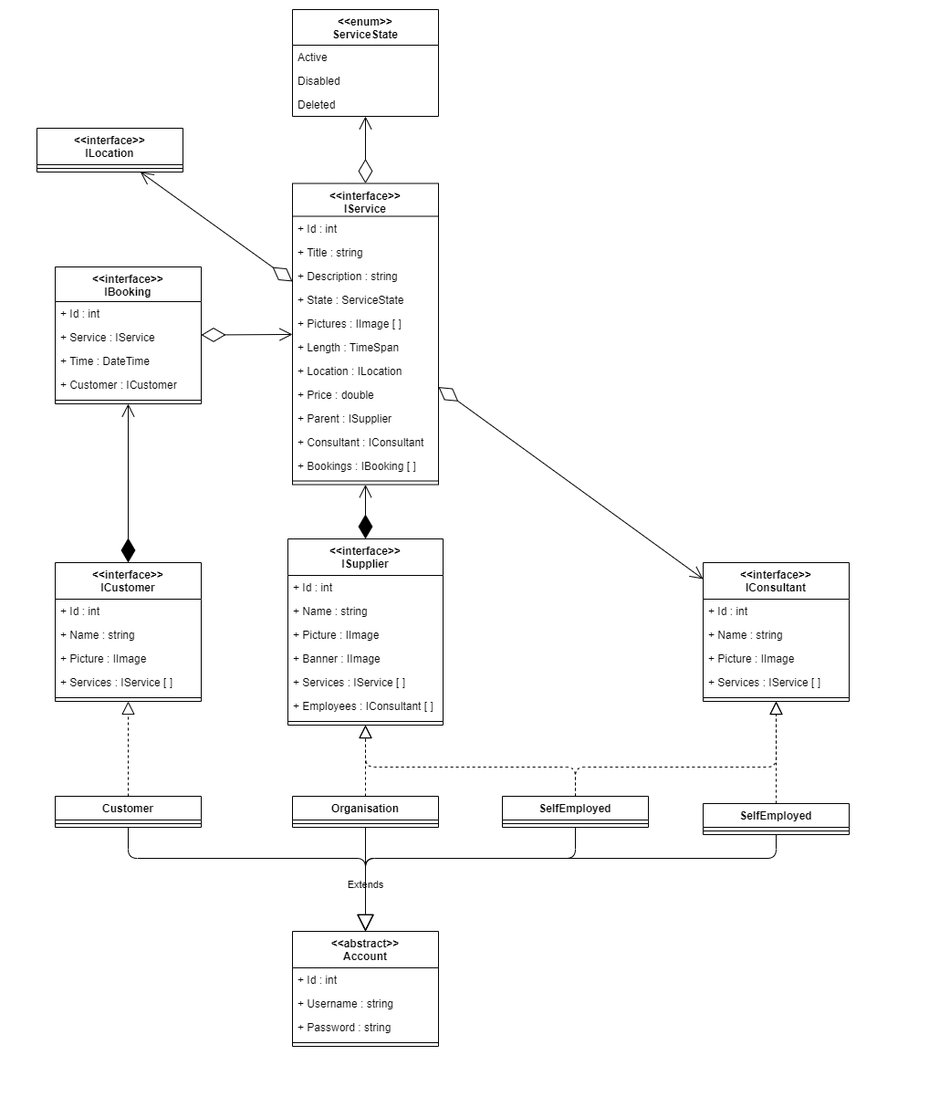
Before: diagrams/booking.drawio.png, a diagram exported from draw.io (Humteria/booking-hive). Source tidied: cells renumbered, new cells last; positions are measured from the earlier drawing's top-left corner, leaving out a move shared by most shapes.
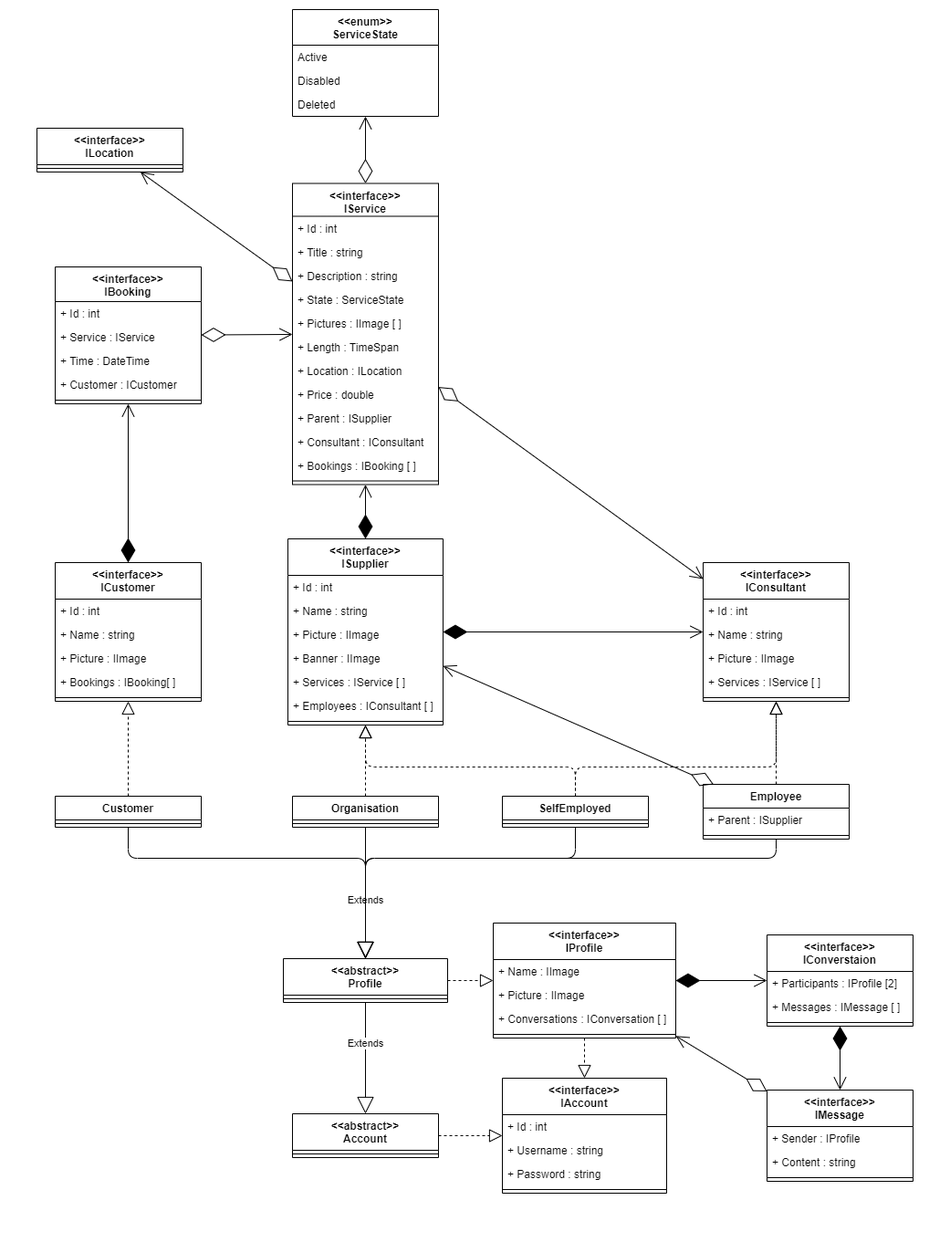
Later version of the same file.

Diff of the diagram source:
```diff
@@ -3,22 +3,13 @@
     <mxCell id="0" />
     <mxCell id="1" parent="0" />
     <mxCell id="2" style="rounded=0;whiteSpace=wrap;html=1;strokeColor=none;" parent="1" vertex="1">
-      <mxGeometry width="1040" height="1200" as="geometry" />
+      <mxGeometry width="1040" height="1360" as="geometry" />
     </mxCell>
-    <mxCell id="3" value="&lt;&lt;abstract&gt;&gt;&#10;Account" style="swimlane;fontStyle=1;align=center;verticalAlign=top;horizontal=1;startSize=40;" parent="1" vertex="1">
-      <mxGeometry x="320" y="1020" width="160" height="126" as="geometry" />
+    <mxCell id="3" value="&lt;&lt;abstract&gt;&gt;&#10;Profile" style="swimlane;fontStyle=1;align=center;verticalAlign=top;horizontal=1;startSize=40;" parent="1" vertex="1">
+      <mxGeometry x="310" y="1050" width="180" height="48" as="geometry" />
     </mxCell>
-    <mxCell id="4" value="+ Id : int" style="text;strokeColor=none;fillColor=none;align=left;verticalAlign=top;spacingLeft=4;spacingRight=4;overflow=hidden;" parent="3" vertex="1">
-      <mxGeometry y="40" width="160" height="26" as="geometry" />
-    </mxCell>
-    <mxCell id="5" value="+ Username : string" style="text;strokeColor=none;fillColor=none;align=left;verticalAlign=top;spacingLeft=4;spacingRight=4;overflow=hidden;" parent="3" vertex="1">
-      <mxGeometry y="66" width="160" height="26" as="geometry" />
-    </mxCell>
-    <mxCell id="6" value="+ Password : string" style="text;strokeColor=none;fillColor=none;align=left;verticalAlign=top;spacingLeft=4;spacingRight=4;overflow=hidden;" parent="3" vertex="1">
-      <mxGeometry y="92" width="160" height="26" as="geometry" />
-    </mxCell>
     <mxCell id="7" style="line;strokeWidth=1;fillColor=none;align=left;verticalAlign=middle;spacingTop=-1;spacingLeft=3;spacingRight=3;labelPosition=right;strokeColor=inherit;" parent="3" vertex="1">
-      <mxGeometry y="118" width="160" height="8" as="geometry" />
+      <mxGeometry y="40" width="180" height="8" as="geometry" />
     </mxCell>
     <mxCell id="8" value="&lt;&lt;interface&gt;&gt;&#10;IService" style="swimlane;fontStyle=1;align=center;verticalAlign=top;horizontal=1;startSize=36;" parent="1" vertex="1">
       <mxGeometry x="320" y="200.5" width="160" height="330" as="geometry" />
@@ -143,7 +134,7 @@
     <mxCell id="48" value="+ Picture : IImage" style="text;strokeColor=none;fillColor=none;align=left;verticalAlign=top;spacingLeft=4;spacingRight=4;overflow=hidden;" parent="45" vertex="1">
       <mxGeometry y="92" width="160" height="26" as="geometry" />
     </mxCell>
-    <mxCell id="49" value="+ Services : IService [ ]" style="text;strokeColor=none;fillColor=none;align=left;verticalAlign=top;spacingLeft=4;spacingRight=4;overflow=hidden;" parent="45" vertex="1">
+    <mxCell id="49" value="+ Bookings : IBooking[ ]" style="text;strokeColor=none;fillColor=none;align=left;verticalAlign=top;spacingLeft=4;spacingRight=4;overflow=hidden;" parent="45" vertex="1">
       <mxGeometry y="118" width="160" height="26" as="geometry" />
     </mxCell>
     <mxCell id="50" style="line;strokeWidth=1;fillColor=none;align=left;verticalAlign=middle;spacingTop=-1;spacingLeft=3;spacingRight=3;labelPosition=right;strokeColor=inherit;" parent="45" vertex="1">
@@ -231,11 +222,14 @@
     <mxCell id="69" style="line;strokeWidth=1;fillColor=none;align=left;verticalAlign=middle;spacingTop=-1;spacingLeft=3;spacingRight=3;labelPosition=right;strokeColor=inherit;" parent="68" vertex="1">
       <mxGeometry y="26" width="160" height="8" as="geometry" />
     </mxCell>
-    <mxCell id="70" value="SelfEmployed" style="swimlane;fontStyle=1;align=center;verticalAlign=top;horizontal=1;startSize=26;" parent="1" vertex="1">
-      <mxGeometry x="770" y="880" width="160" height="34" as="geometry" />
+    <mxCell id="70" value="Employee" style="swimlane;fontStyle=1;align=center;verticalAlign=top;horizontal=1;startSize=26;" parent="1" vertex="1">
+      <mxGeometry x="770" y="859" width="160" height="60" as="geometry" />
     </mxCell>
+    <mxCell id="76" value="+ Parent : ISupplier" style="text;strokeColor=none;fillColor=none;align=left;verticalAlign=top;spacingLeft=4;spacingRight=4;overflow=hidden;" parent="70" vertex="1">
+      <mxGeometry y="26" width="160" height="26" as="geometry" />
+    </mxCell>
     <mxCell id="71" style="line;strokeWidth=1;fillColor=none;align=left;verticalAlign=middle;spacingTop=-1;spacingLeft=3;spacingRight=3;labelPosition=right;strokeColor=inherit;" parent="70" vertex="1">
-      <mxGeometry y="26" width="160" height="8" as="geometry" />
+      <mxGeometry y="52" width="160" height="8" as="geometry" />
     </mxCell>
     <mxCell id="72" value="Organisation" style="swimlane;fontStyle=1;align=center;verticalAlign=top;horizontal=1;startSize=26;" parent="1" vertex="1">
       <mxGeometry x="320" y="872" width="160" height="34" as="geometry" />
@@ -249,5 +243,92 @@
     <mxCell id="75" style="line;strokeWidth=1;fillColor=none;align=left;verticalAlign=middle;spacingTop=-1;spacingLeft=3;spacingRight=3;labelPosition=right;strokeColor=inherit;" parent="74" vertex="1">
       <mxGeometry y="26" width="160" height="8" as="geometry" />
     </mxCell>
+    <mxCell id="77" value="&lt;&lt;abstract&gt;&gt;&#10;Account" style="swimlane;fontStyle=1;align=center;verticalAlign=top;horizontal=1;startSize=40;" parent="1" vertex="1">
+      <mxGeometry x="320" y="1220" width="160" height="48" as="geometry" />
+    </mxCell>
+    <mxCell id="78" style="line;strokeWidth=1;fillColor=none;align=left;verticalAlign=middle;spacingTop=-1;spacingLeft=3;spacingRight=3;labelPosition=right;strokeColor=inherit;" parent="77" vertex="1">
+      <mxGeometry y="40" width="160" height="8" as="geometry" />
+    </mxCell>
+    <mxCell id="79" value="Extends" style="endArrow=block;endSize=16;endFill=0;html=1;" parent="1" edge="1" source="3" target="77">
+      <mxGeometry x="-0.25" relative="1" as="geometry" />
+    </mxCell>
+    <mxCell id="80" style="endArrow=diamondThin;endFill=1;endSize=24;html=1;startArrow=open;startFill=0;startSize=12;" parent="1" edge="1" source="52" target="21">
+      <mxGeometry relative="1" as="geometry" />
+    </mxCell>
+    <mxCell id="81" style="endArrow=diamondThin;endFill=0;endSize=24;html=1;startArrow=open;startFill=0;startSize=12;" parent="1" edge="1" source="21" target="70">
+      <mxGeometry relative="1" as="geometry" />
+    </mxCell>
+    <mxCell id="82" value="&lt;&lt;interface&gt;&gt;&#10;IConverstaion" style="swimlane;fontStyle=1;align=center;verticalAlign=top;horizontal=1;startSize=40;" parent="1" vertex="1">
+      <mxGeometry x="840" y="1024" width="160" height="100" as="geometry" />
+    </mxCell>
+    <mxCell id="83" value="+ Participants : IProfile [2]" style="text;strokeColor=none;fillColor=none;align=left;verticalAlign=top;spacingLeft=4;spacingRight=4;overflow=hidden;" parent="82" vertex="1">
+      <mxGeometry y="40" width="160" height="26" as="geometry" />
+    </mxCell>
+    <mxCell id="84" value="+ Messages : IMessage [ ]" style="text;strokeColor=none;fillColor=none;align=left;verticalAlign=top;spacingLeft=4;spacingRight=4;overflow=hidden;" parent="82" vertex="1">
+      <mxGeometry y="66" width="160" height="26" as="geometry" />
+    </mxCell>
+    <mxCell id="85" style="line;strokeWidth=1;fillColor=none;align=left;verticalAlign=middle;spacingTop=-1;spacingLeft=3;spacingRight=3;labelPosition=right;strokeColor=inherit;" parent="82" vertex="1">
+      <mxGeometry y="92" width="160" height="8" as="geometry" />
+    </mxCell>
+    <mxCell id="86" style="endArrow=diamondThin;endFill=1;endSize=24;html=1;startArrow=open;startFill=0;startSize=12;" parent="1" edge="1" source="82" target="87">
+      <mxGeometry relative="1" as="geometry" />
+    </mxCell>
+    <mxCell id="87" value="&lt;&lt;interface&gt;&gt;&#10;IProfile" style="swimlane;fontStyle=1;align=center;verticalAlign=top;horizontal=1;startSize=40;" parent="1" vertex="1">
+      <mxGeometry x="540" y="1011" width="200" height="126" as="geometry" />
+    </mxCell>
+    <mxCell id="88" value="+ Name : IImage" style="text;strokeColor=none;fillColor=none;align=left;verticalAlign=top;spacingLeft=4;spacingRight=4;overflow=hidden;" parent="87" vertex="1">
+      <mxGeometry y="40" width="200" height="26" as="geometry" />
+    </mxCell>
+    <mxCell id="89" value="+ Picture : IImage" style="text;strokeColor=none;fillColor=none;align=left;verticalAlign=top;spacingLeft=4;spacingRight=4;overflow=hidden;" parent="87" vertex="1">
+      <mxGeometry y="66" width="200" height="26" as="geometry" />
+    </mxCell>
+    <mxCell id="90" value="+ Conversations : IConversation [ ]" style="text;strokeColor=none;fillColor=none;align=left;verticalAlign=top;spacingLeft=4;spacingRight=4;overflow=hidden;" parent="87" vertex="1">
+      <mxGeometry y="92" width="200" height="26" as="geometry" />
+    </mxCell>
+    <mxCell id="91" style="line;strokeWidth=1;fillColor=none;align=left;verticalAlign=middle;spacingTop=-1;spacingLeft=3;spacingRight=3;labelPosition=right;strokeColor=inherit;" parent="87" vertex="1">
+      <mxGeometry y="118" width="200" height="8" as="geometry" />
+    </mxCell>
+    <mxCell id="92" value="&lt;&lt;interface&gt;&gt;&#10;IAccount" style="swimlane;fontStyle=1;align=center;verticalAlign=top;horizontal=1;startSize=40;" parent="1" vertex="1">
+      <mxGeometry x="550" y="1181" width="180" height="126" as="geometry" />
+    </mxCell>
+    <mxCell id="4" value="+ Id : int" style="text;strokeColor=none;fillColor=none;align=left;verticalAlign=top;spacingLeft=4;spacingRight=4;overflow=hidden;" parent="92" vertex="1">
+      <mxGeometry y="40" width="180" height="26" as="geometry" />
+    </mxCell>
+    <mxCell id="5" value="+ Username : string" style="text;strokeColor=none;fillColor=none;align=left;verticalAlign=top;spacingLeft=4;spacingRight=4;overflow=hidden;" parent="92" vertex="1">
+      <mxGeometry y="66" width="180" height="26" as="geometry" />
+    </mxCell>
+    <mxCell id="6" value="+ Password : string" style="text;strokeColor=none;fillColor=none;align=left;verticalAlign=top;spacingLeft=4;spacingRight=4;overflow=hidden;" parent="92" vertex="1">
+      <mxGeometry y="92" width="180" height="26" as="geometry" />
+    </mxCell>
+    <mxCell id="93" style="line;strokeWidth=1;fillColor=none;align=left;verticalAlign=middle;spacingTop=-1;spacingLeft=3;spacingRight=3;labelPosition=right;strokeColor=inherit;" parent="92" vertex="1">
+      <mxGeometry y="118" width="180" height="8" as="geometry" />
+    </mxCell>
+    <mxCell id="94" style="endArrow=block;dashed=1;endFill=0;endSize=12;html=1;" parent="1" edge="1" source="77" target="92">
+      <mxGeometry relative="1" as="geometry" />
+    </mxCell>
+    <mxCell id="95" style="endArrow=block;dashed=1;endFill=0;endSize=12;html=1;" parent="1" edge="1" source="3" target="87">
+      <mxGeometry relative="1" as="geometry" />
+    </mxCell>
+    <mxCell id="96" value="&lt;&lt;interface&gt;&gt;&#10;IMessage" style="swimlane;fontStyle=1;align=center;verticalAlign=top;horizontal=1;startSize=40;" parent="1" vertex="1">
+      <mxGeometry x="840" y="1194" width="160" height="100" as="geometry" />
+    </mxCell>
+    <mxCell id="97" value="+ Sender : IProfile" style="text;strokeColor=none;fillColor=none;align=left;verticalAlign=top;spacingLeft=4;spacingRight=4;overflow=hidden;" parent="96" vertex="1">
+      <mxGeometry y="40" width="160" height="26" as="geometry" />
+    </mxCell>
+    <mxCell id="98" value="+ Content : string" style="text;strokeColor=none;fillColor=none;align=left;verticalAlign=top;spacingLeft=4;spacingRight=4;overflow=hidden;" parent="96" vertex="1">
+      <mxGeometry y="66" width="160" height="26" as="geometry" />
+    </mxCell>
+    <mxCell id="99" style="line;strokeWidth=1;fillColor=none;align=left;verticalAlign=middle;spacingTop=-1;spacingLeft=3;spacingRight=3;labelPosition=right;strokeColor=inherit;" parent="96" vertex="1">
+      <mxGeometry y="92" width="160" height="8" as="geometry" />
+    </mxCell>
+    <mxCell id="100" style="endArrow=diamondThin;endFill=1;endSize=24;html=1;startArrow=open;startFill=0;startSize=12;" parent="1" edge="1" source="96" target="82">
+      <mxGeometry relative="1" as="geometry" />
+    </mxCell>
+    <mxCell id="101" style="endArrow=diamondThin;endFill=0;endSize=24;html=1;startArrow=open;startFill=0;startSize=12;" parent="1" edge="1" source="87" target="96">
+      <mxGeometry relative="1" as="geometry" />
+    </mxCell>
+    <mxCell id="102" style="endArrow=block;dashed=1;endFill=0;endSize=12;html=1;" parent="1" edge="1" source="87" target="92">
+      <mxGeometry relative="1" as="geometry" />
+    </mxCell>
   </root>
 </mxGraphModel>
```
